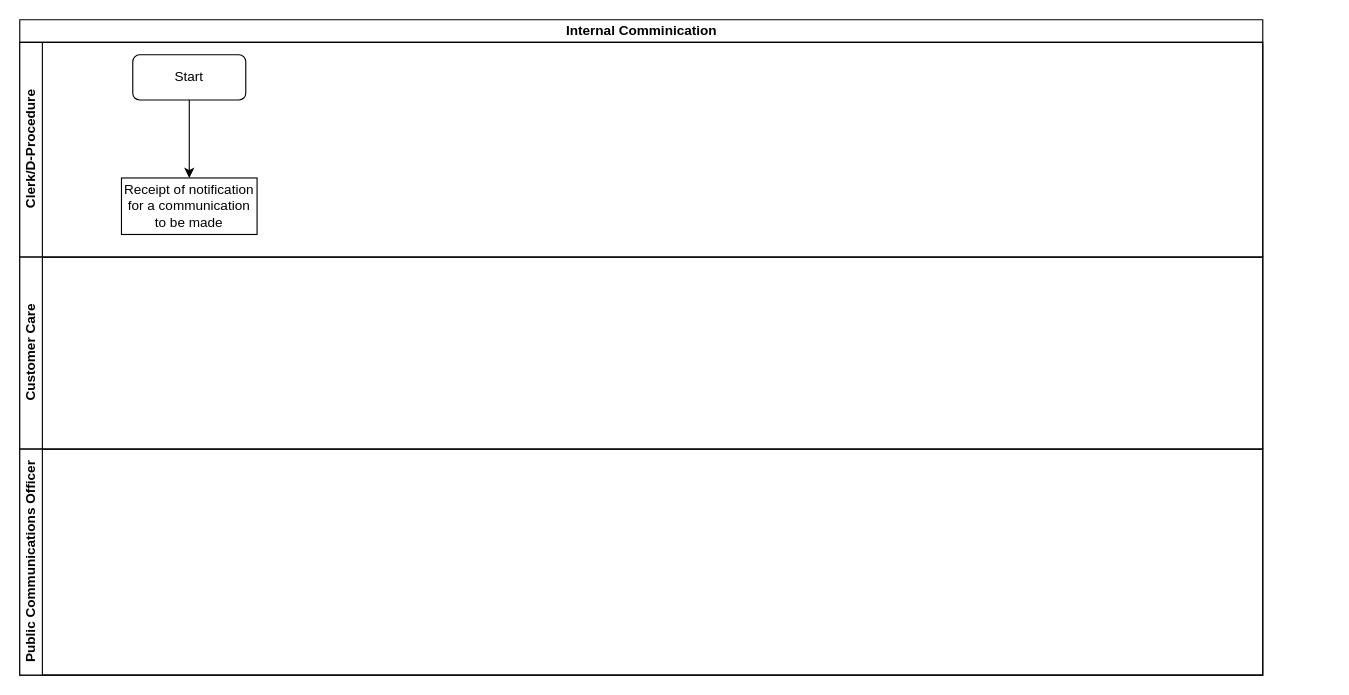
kmagua/flowcharts keeps this draw.io diagram as Internal Communication.drawio. Above is the earlier version. Source tidied: cells renumbered, new cells numbered last; positions are measured from the earlier drawing's top-left corner, leaving out a move shared by most shapes. Both pictures are drawn from the tidied source at 113%, with x=0, y=0 at pixel (19, 19).
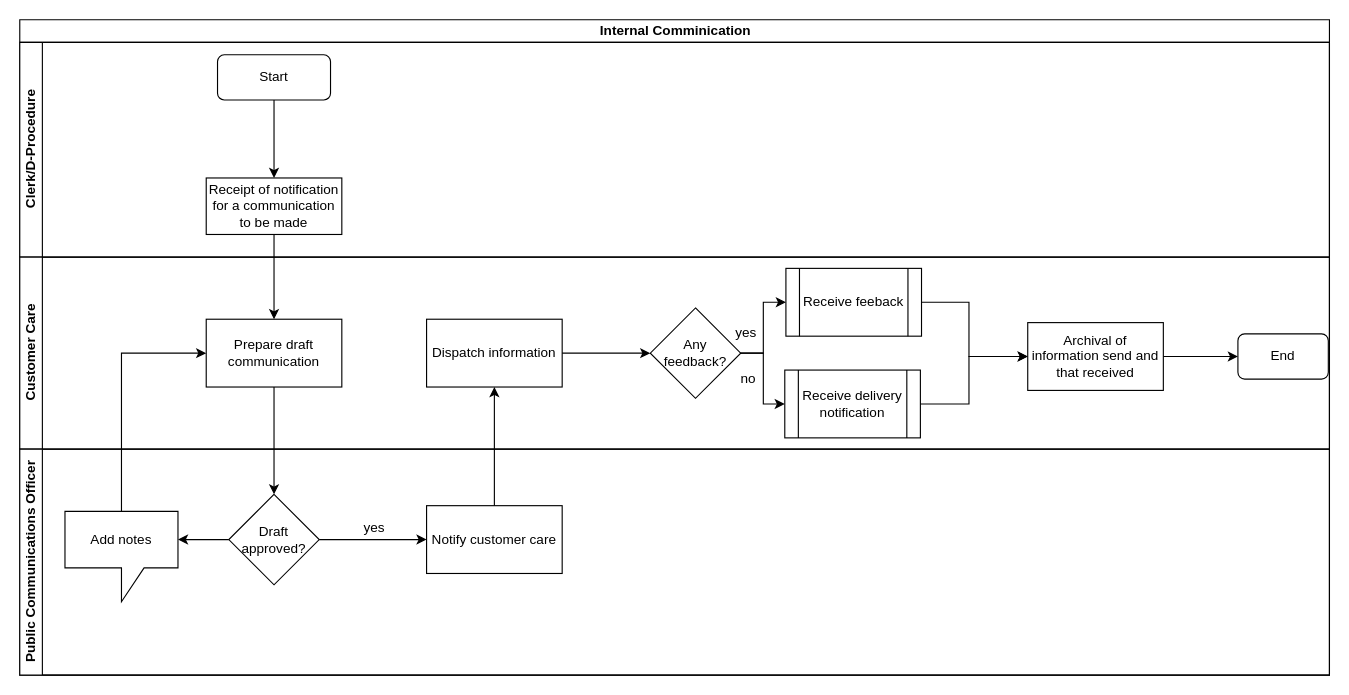
The same diagram, later.

Change to the diagram source:
```diff
@@
     <mxCell id="2" value="Internal Comminication" style="swimlane;html=1;horizontal=1;startSize=20;" parent="1" vertex="1">
-      <mxGeometry width="1100" height="580" as="geometry" />
+      <mxGeometry width="1159" height="580" as="geometry" />
     </mxCell>
     <mxCell id="3" value="Clerk/D-Procedure" style="swimlane;html=1;startSize=20;horizontal=0;" parent="2" vertex="1">
-      <mxGeometry y="20" width="1100" height="190" as="geometry" />
+      <mxGeometry y="20" width="1159" height="190" as="geometry" />
     </mxCell>
     <mxCell id="4" value="Start" style="rounded=1;whiteSpace=wrap;html=1;" parent="3" vertex="1">
-      <mxGeometry x="100" y="11" width="100" height="40" as="geometry" />
+      <mxGeometry x="175" y="11" width="100" height="40" as="geometry" />
     </mxCell>
     <mxCell id="5" value="Receipt of notification for a communication to be made" style="rounded=0;whiteSpace=wrap;html=1;" parent="3" vertex="1">
-      <mxGeometry x="90" y="120" width="120" height="50" as="geometry" />
+      <mxGeometry x="165" y="120" width="120" height="50" as="geometry" />
     </mxCell>
@@
     <mxCell id="7" value="Customer Care" style="swimlane;html=1;startSize=20;horizontal=0;" parent="2" vertex="1">
-      <mxGeometry y="210" width="1100" height="170" as="geometry" />
+      <mxGeometry y="210" width="1159" height="170" as="geometry" />
     </mxCell>
+    <mxCell id="9" value="Receive feeback" style="shape=process;whiteSpace=wrap;html=1;backgroundOutline=1;rounded=0;" parent="7" vertex="1">
+      <mxGeometry x="678" y="10" width="120" height="60" as="geometry" />
+    </mxCell>
+    <mxCell id="10" value="yes" style="text;html=1;strokeColor=none;fillColor=none;align=center;verticalAlign=middle;whiteSpace=wrap;rounded=0;" parent="7" vertex="1">
+      <mxGeometry x="623" y="57" width="40" height="20" as="geometry" />
+    </mxCell>
+    <mxCell id="11" value="Dispatch information" style="whiteSpace=wrap;html=1;rounded=0;" parent="7" vertex="1">
+      <mxGeometry x="360" y="55" width="120" height="60" as="geometry" />
+    </mxCell>
+    <mxCell id="12" value="Prepare draft communication" style="whiteSpace=wrap;html=1;rounded=0;" parent="7" vertex="1">
+      <mxGeometry x="165" y="55" width="120" height="60" as="geometry" />
+    </mxCell>
+    <mxCell id="13" value="Archival of information send and that received" style="whiteSpace=wrap;html=1;rounded=0;" parent="7" vertex="1">
+      <mxGeometry x="892" y="58" width="120" height="60" as="geometry" />
+    </mxCell>
+    <mxCell id="14" value="End" style="rounded=1;whiteSpace=wrap;html=1;" parent="7" vertex="1">
+      <mxGeometry x="1078" y="68" width="80" height="40" as="geometry" />
+    </mxCell>
+    <mxCell id="15" value="no" style="text;html=1;strokeColor=none;fillColor=none;align=center;verticalAlign=middle;whiteSpace=wrap;rounded=0;" parent="7" vertex="1">
+      <mxGeometry x="625" y="98" width="40" height="20" as="geometry" />
+    </mxCell>
+    <mxCell id="16" value="Receive delivery notification" style="shape=process;whiteSpace=wrap;html=1;backgroundOutline=1;" parent="7" vertex="1">
+      <mxGeometry x="677" y="100" width="120" height="60" as="geometry" />
+    </mxCell>
+    <mxCell id="17" style="edgeStyle=orthogonalEdgeStyle;rounded=0;jettySize=auto;html=1;" parent="7" edge="1" source="9" target="13">
+      <mxGeometry relative="1" as="geometry">
+        <Array as="points">
+          <mxPoint x="840" y="40" />
+          <mxPoint x="840" y="88" />
+        </Array>
+      </mxGeometry>
+    </mxCell>
+    <mxCell id="18" style="edgeStyle=orthogonalEdgeStyle;rounded=0;jettySize=auto;html=1;entryX=0;entryY=0.5;entryDx=0;entryDy=0;" parent="7" edge="1" source="16" target="13">
+      <mxGeometry relative="1" as="geometry">
+        <Array as="points">
+          <mxPoint x="840" y="130" />
+          <mxPoint x="840" y="88" />
+        </Array>
+      </mxGeometry>
+    </mxCell>
+    <mxCell id="19" style="edgeStyle=orthogonalEdgeStyle;rounded=0;jettySize=auto;html=1;entryX=0;entryY=0.5;entryDx=0;entryDy=0;" parent="7" edge="1" source="13" target="14">
+      <mxGeometry relative="1" as="geometry" />
+    </mxCell>
     <mxCell id="8" value="Public Communications Officer" style="swimlane;html=1;startSize=20;horizontal=0;" parent="2" vertex="1">
-      <mxGeometry y="380" width="1100" height="200" as="geometry" />
+      <mxGeometry y="380" width="1159" height="200" as="geometry" />
     </mxCell>
+    <mxCell id="20" value="Add notes" style="shape=callout;whiteSpace=wrap;html=1;perimeter=calloutPerimeter;" parent="8" vertex="1">
+      <mxGeometry x="40" y="55" width="100" height="80" as="geometry" />
+    </mxCell>
+    <mxCell id="21" value="Notify customer care" style="whiteSpace=wrap;html=1;rounded=0;" parent="8" vertex="1">
+      <mxGeometry x="360" y="50" width="120" height="60" as="geometry" />
+    </mxCell>
+    <mxCell id="22" value="Draft approved?" style="rhombus;whiteSpace=wrap;html=1;rounded=0;" parent="8" vertex="1">
+      <mxGeometry x="185" y="40" width="80" height="80" as="geometry" />
+    </mxCell>
+    <mxCell id="23" style="edgeStyle=orthogonalEdgeStyle;rounded=0;jettySize=auto;html=1;" parent="8" edge="1" source="22" target="21">
+      <mxGeometry relative="1" as="geometry" />
+    </mxCell>
+    <mxCell id="24" value="yes" style="text;html=1;strokeColor=none;fillColor=none;align=center;verticalAlign=middle;whiteSpace=wrap;rounded=0;" parent="8" vertex="1">
+      <mxGeometry x="294" y="60" width="40" height="20" as="geometry" />
+    </mxCell>
+    <mxCell id="25" style="edgeStyle=orthogonalEdgeStyle;rounded=0;jettySize=auto;html=1;entryX=0;entryY=0;entryDx=100;entryDy=25;entryPerimeter=0;" parent="8" edge="1" source="22" target="20">
+      <mxGeometry relative="1" as="geometry" />
+    </mxCell>
+    <mxCell id="26" style="edgeStyle=orthogonalEdgeStyle;rounded=0;jettySize=auto;html=1;" parent="2" edge="1" source="5" target="12">
+      <mxGeometry relative="1" as="geometry" />
+    </mxCell>
+    <mxCell id="27" style="edgeStyle=orthogonalEdgeStyle;rounded=0;jettySize=auto;html=1;" parent="2" edge="1" source="12" target="22">
+      <mxGeometry relative="1" as="geometry" />
+    </mxCell>
+    <mxCell id="28" style="edgeStyle=orthogonalEdgeStyle;rounded=0;jettySize=auto;html=1;" parent="2" edge="1" source="21" target="11">
+      <mxGeometry relative="1" as="geometry" />
+    </mxCell>
+    <mxCell id="29" style="edgeStyle=orthogonalEdgeStyle;rounded=0;jettySize=auto;html=1;entryX=0;entryY=0.5;entryDx=0;entryDy=0;exitX=0.5;exitY=0;exitDx=0;exitDy=0;exitPerimeter=0;" parent="2" edge="1" source="20" target="12">
+      <mxGeometry relative="1" as="geometry">
+        <Array as="points">
+          <mxPoint x="90" y="295" />
+        </Array>
+      </mxGeometry>
+    </mxCell>
+    <mxCell id="30" style="edgeStyle=orthogonalEdgeStyle;rounded=0;jettySize=auto;html=1;" parent="1" edge="1" source="32" target="9">
+      <mxGeometry relative="1" as="geometry" />
+    </mxCell>
+    <mxCell id="31" style="edgeStyle=orthogonalEdgeStyle;rounded=0;jettySize=auto;html=1;entryX=0;entryY=0.5;entryDx=0;entryDy=0;" parent="1" edge="1" target="16">
+      <mxGeometry relative="1" as="geometry">
+        <mxPoint x="636" y="295" as="sourcePoint" />
+        <Array as="points">
+          <mxPoint x="658" y="295" />
+          <mxPoint x="658" y="340" />
+        </Array>
+      </mxGeometry>
+    </mxCell>
+    <mxCell id="32" value="Any feedback?" style="rhombus;whiteSpace=wrap;html=1;rounded=0;" parent="1" vertex="1">
+      <mxGeometry x="558" y="255" width="80" height="80" as="geometry" />
+    </mxCell>
+    <mxCell id="33" style="edgeStyle=orthogonalEdgeStyle;rounded=0;jettySize=auto;html=1;" parent="1" edge="1" source="11" target="32">
+      <mxGeometry relative="1" as="geometry" />
+    </mxCell>
```
